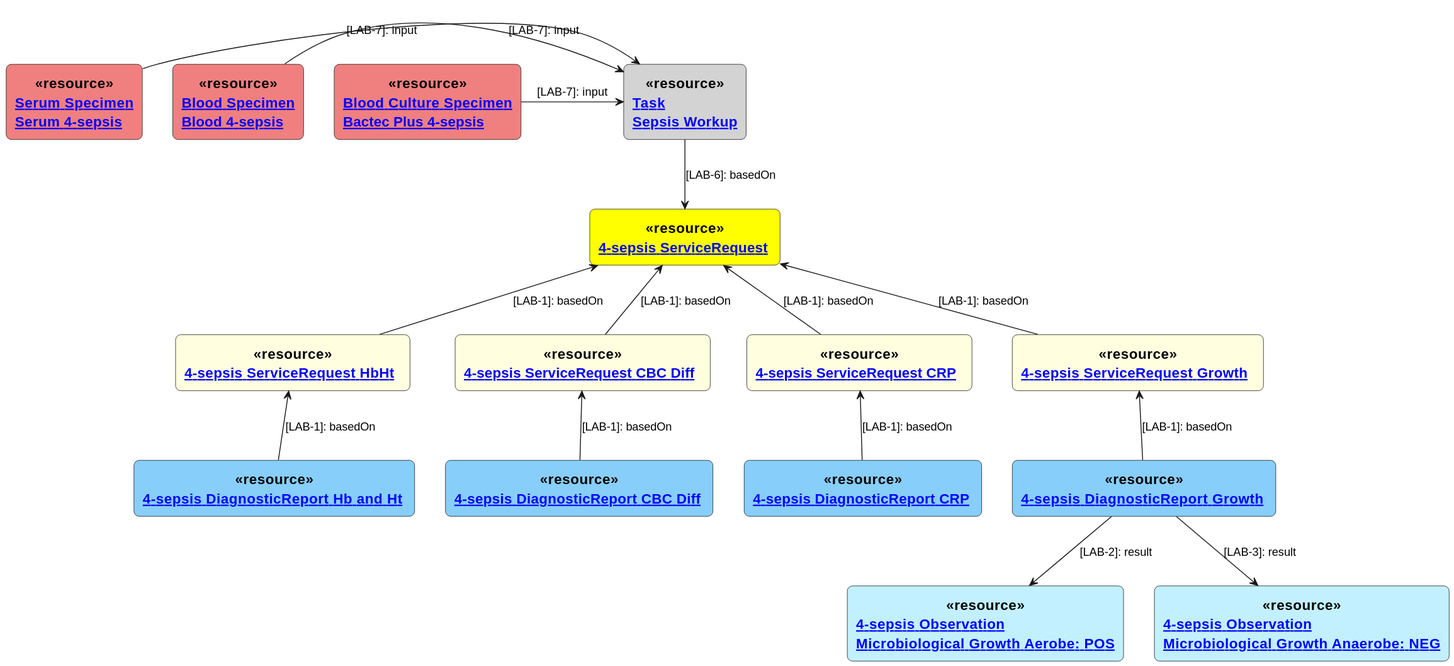
This is input/images/4-sepsis-task.svg from hl7ch/ch-lab-order, a PlantUML export, as it was before one commit.
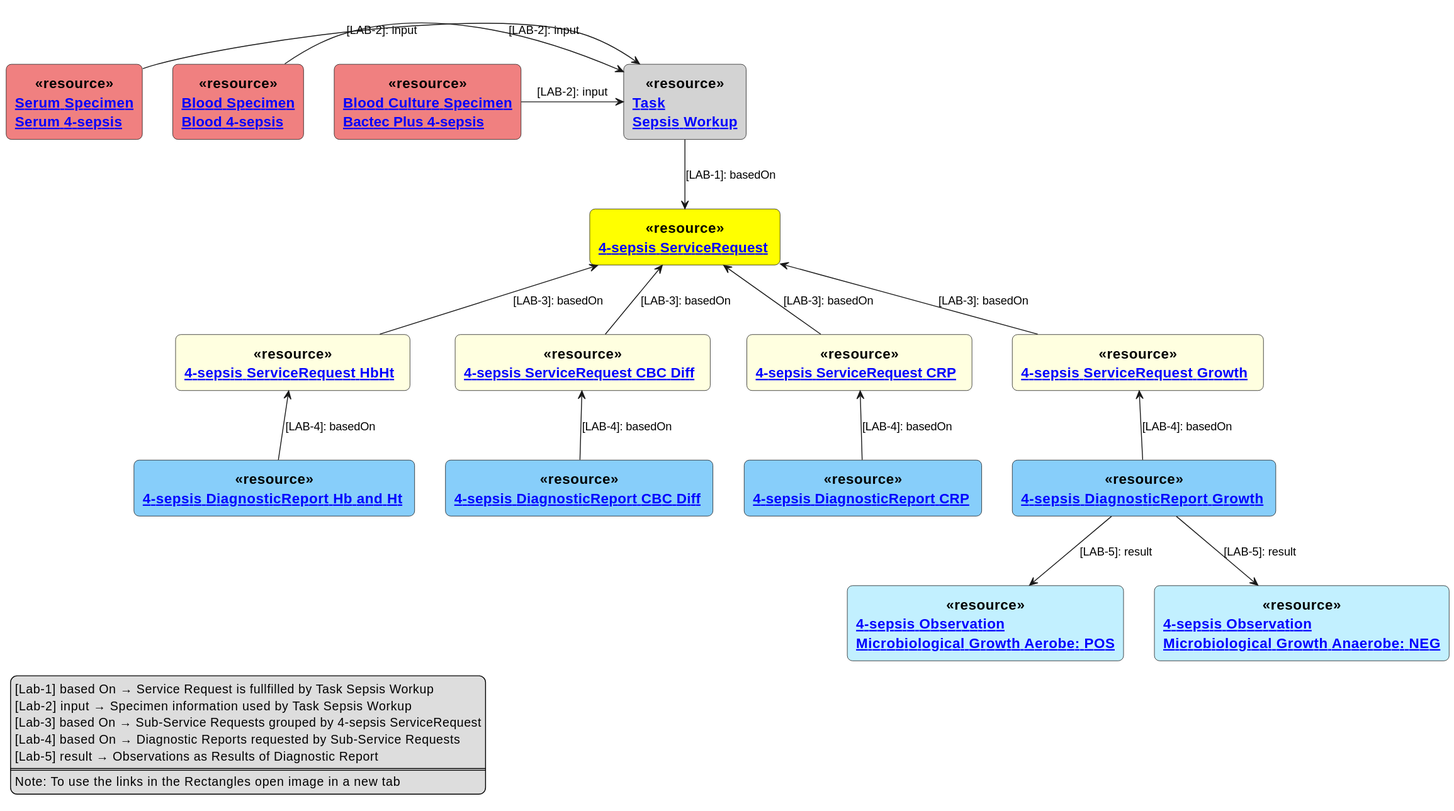
After the commit.

The edit, as a diff of the source:
```diff
@@ -28,19 +28,29 @@
 rectangle "[[ Specimen-Blood-4-sepsis.html Blood Specimen\nBlood 4-sepsis]]" as BS <<$bProcess>><<resource>> #LightCoral
 rectangle "[[ Specimen-Serum-4-sepsis.html Serum Specimen\nSerum 4-sepsis]]" as SS <<$bProcess>><<resource>> #LightCoral
 
-SR <-down- SRG : [LAB-1]: basedOn
-SR <-down- SRHBHT : [LAB-1]: basedOn
-SR <-down- SRDIFF : [LAB-1]: basedOn
-SR <-down- SRCRP : [LAB-1]: basedOn
-SRG <-down- DRG : [LAB-1]: basedOn
-SRHBHT <-down- DRHBHT : [LAB-1]: basedOn
-DRG -down-> OMA : [LAB-2]: result
-SRDIFF <-down- DRDIFF : [LAB-1]: basedOn
-SRCRP <-down- DRCRP : [LAB-1]: basedOn
-DRG -down-> OMANA : [LAB-3]: result
+SR <-down- SRG : [LAB-3]: basedOn
+SR <-down- SRHBHT : [LAB-3]: basedOn
+SR <-down- SRDIFF : [LAB-3]: basedOn
+SR <-down- SRCRP : [LAB-3]: basedOn
+SRG <-down- DRG : [LAB-4]: basedOn
+SRHBHT <-down- DRHBHT : [LAB-4]: basedOn
+SRDIFF <-down- DRDIFF : [LAB-4]: basedOn
+SRCRP <-down- DRCRP : [LAB-4]: basedOn
+DRG -down-> OMA : [LAB-5]: result
+DRG -down-> OMANA : [LAB-5]: result
 
-SR <-up- T1 : [LAB-6]: basedOn
-T1 <-left- BBS : [LAB-7]: input
-T1 <-left- BS : [LAB-7]: input
-T1 <-left- SS : [LAB-7]: input
+SR <-up- T1 : [LAB-1]: basedOn
+T1 <-left- BBS : [LAB-2]: input
+T1 <-left- BS : [LAB-2]: input
+T1 <-left- SS : [LAB-2]: input
+
+legend left
+[Lab-1] based On → Service Request is fullfilled by Task Sepsis Workup
+[Lab-2] input → Specimen information used by Task Sepsis Workup
+[Lab-3] based On → Sub-Service Requests grouped by 4-sepsis ServiceRequest
+[Lab-4] based On → Diagnostic Reports requested by Sub-Service Requests
+[Lab-5] result → Observations as Results of Diagnostic Report
+====
+Note: To use the links in the Rectangles open image in a new tab
+endlegend
 @enduml
```
